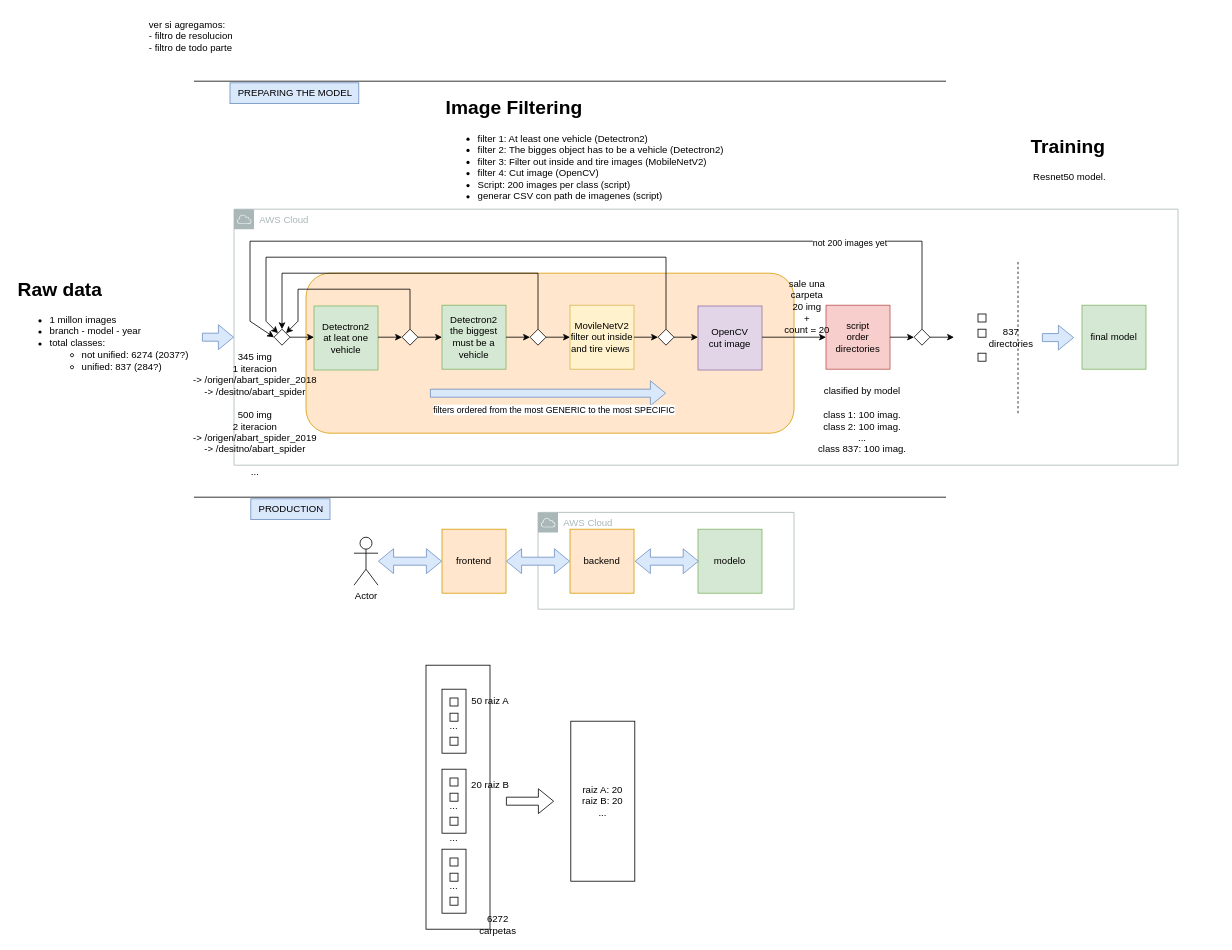
josueelias9/AI-resnet_retraining keeps this draw.io diagram as documentation/Diagrama sin título.drawio. Above is the earlier version. Source tidied: cells renumbered, new cells numbered last; positions are measured from the earlier drawing's top-left corner, leaving out a move shared by most shapes. Both pictures are drawn from the tidied source at 80%, with x=0, y=0 at pixel (14, 14).
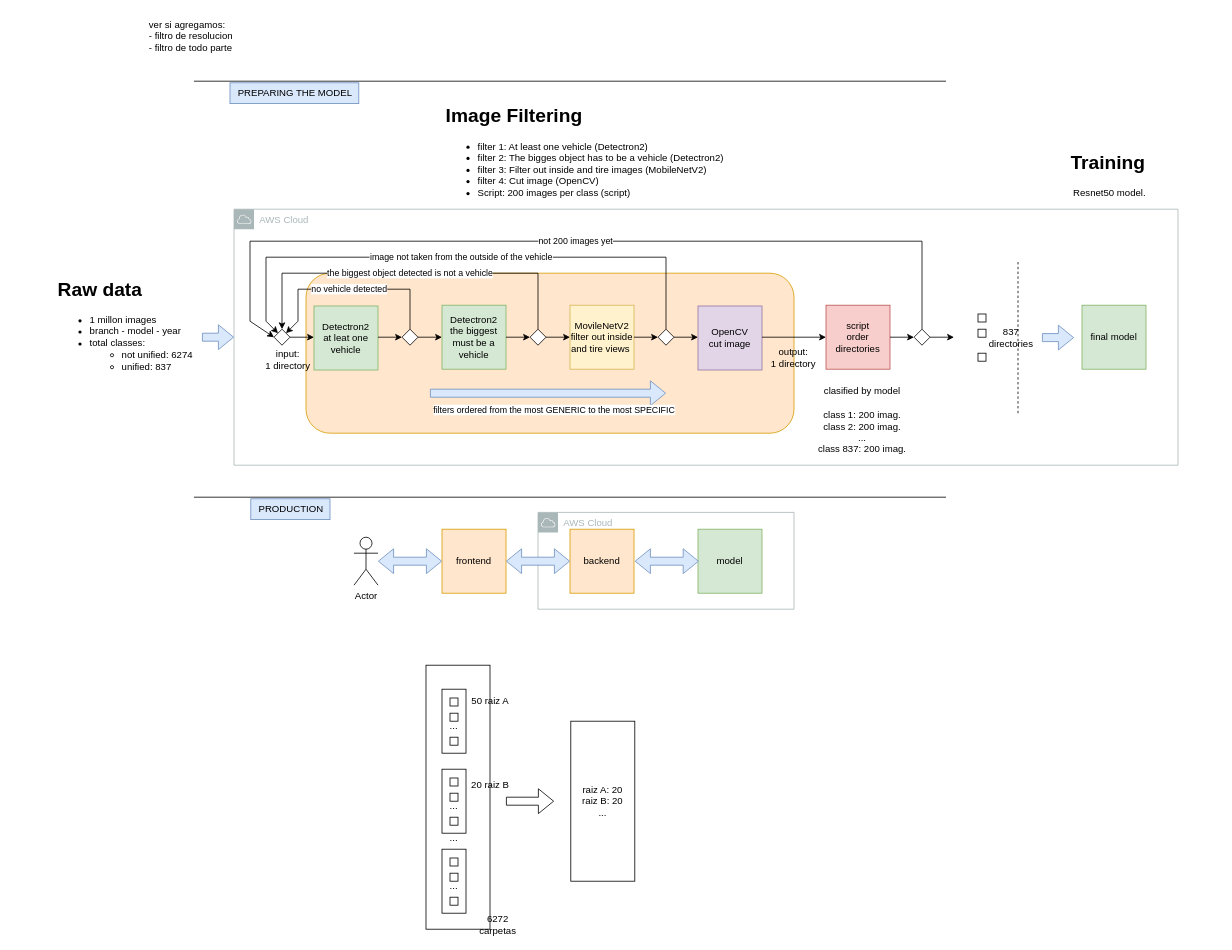
Above is the later version.

The change refers to these unchanged cells:
```xml
<mxCell id="36" style="rhombus;whiteSpace=wrap;html=1;" parent="1" vertex="1">
  <mxGeometry x="325" y="394" width="20" height="20" as="geometry" />
</mxCell>
<mxCell id="41" style="rhombus;whiteSpace=wrap;html=1;" parent="1" vertex="1">
  <mxGeometry x="805" y="394" width="20" height="20" as="geometry" />
</mxCell>
<mxCell id="45" style="rhombus;whiteSpace=wrap;html=1;" parent="1" vertex="1">
  <mxGeometry x="1125" y="394" width="20" height="20" as="geometry" />
</mxCell>
```

What changed in the source:
```diff
@@
-    <mxCell id="11" value="clasified by model&lt;br&gt;&lt;br&gt;class 1: 100 imag.&lt;br&gt;class 2: 100&amp;nbsp;imag.&lt;br&gt;...&lt;br&gt;class 837: 100&amp;nbsp;imag." style="text;html=1;align=center;verticalAlign=middle;strokeColor=none;fillColor=none;" parent="1" vertex="1">
+    <mxCell id="11" value="clasified by model&lt;br&gt;&lt;br&gt;class 1: 200 imag.&lt;br&gt;class 2: 200&amp;nbsp;imag.&lt;br&gt;...&lt;br&gt;class 837: 200&amp;nbsp;imag." style="text;html=1;align=center;verticalAlign=middle;strokeColor=none;fillColor=none;" parent="1" vertex="1">
       <mxGeometry x="996" y="459" width="128" height="98" as="geometry" />
     </mxCell>
@@
-    <mxCell id="23" value="modelo" style="whiteSpace=wrap;html=1;fillColor=#d5e8d4;strokeColor=#82b366;" parent="1" vertex="1">
+    <mxCell id="23" value="model" style="whiteSpace=wrap;html=1;fillColor=#d5e8d4;strokeColor=#82b366;" parent="1" vertex="1">
       <mxGeometry x="855" y="644" width="80" height="80" as="geometry" />
     </mxCell>
@@
-    <mxCell id="35" style="endArrow=classic;html=1;rounded=0;exitX=0.5;exitY=0;exitDx=0;exitDy=0;entryX=1;entryY=0;entryDx=0;entryDy=0;" parent="1" edge="1">
+    <mxCell id="35" value="no vehicle detected" style="endArrow=classic;html=1;rounded=0;exitX=0.5;exitY=0;exitDx=0;exitDy=0;entryX=1;entryY=0;entryDx=0;entryDy=0;" parent="1" edge="1">
       <mxGeometry relative="1" as="geometry">
         <mxPoint x="495" y="394" as="sourcePoint" />
         <mxPoint x="340" y="399" as="targetPoint" />
         <Array as="points">
           <mxPoint x="495" y="344" />
           <mxPoint x="355" y="344" />
           <mxPoint x="355" y="384" />
         </Array>
       </mxGeometry>
     </mxCell>
@@
-    <mxCell id="42" style="endArrow=classic;html=1;rounded=0;entryX=0;entryY=0;entryDx=0;entryDy=0;exitX=0.5;exitY=0;exitDx=0;exitDy=0;" parent="1" edge="1" source="41" target="36">
+    <mxCell id="42" value="image not taken from the outside of the vehicle" style="endArrow=classic;html=1;rounded=0;entryX=0;entryY=0;entryDx=0;entryDy=0;exitX=0.5;exitY=0;exitDx=0;exitDy=0;" parent="1" edge="1" source="41" target="36">
       <mxGeometry relative="1" as="geometry">
         <Array as="points">
           <mxPoint x="815" y="304" />
           <mxPoint x="315" y="304" />
           <mxPoint x="315" y="384" />
         </Array>
       </mxGeometry>
     </mxCell>
@@
-    <mxCell id="44" value="&lt;h1&gt;Raw data&lt;/h1&gt;&lt;ul&gt;&lt;li&gt;&lt;span style=&quot;&quot;&gt;1 millon images&lt;/span&gt;&lt;/li&gt;&lt;li&gt;&lt;span style=&quot;&quot;&gt;branch - model - year&lt;/span&gt;&lt;/li&gt;&lt;li&gt;&lt;span style=&quot;&quot;&gt;total classes:&lt;/span&gt;&lt;/li&gt;&lt;ul&gt;&lt;li&gt;&lt;span style=&quot;&quot;&gt;not unified: 6274 (2037?)&lt;/span&gt;&lt;/li&gt;&lt;li&gt;&lt;span style=&quot;&quot;&gt;unified: 837 (284?)&lt;/span&gt;&lt;/li&gt;&lt;/ul&gt;&lt;/ul&gt;&lt;p&gt;&lt;/p&gt;" style="text;html=1;strokeColor=none;fillColor=none;spacing=5;spacingTop=-20;whiteSpace=wrap;overflow=hidden;rounded=0;" parent="1" vertex="1">
-      <mxGeometry y="325" width="229" height="144" as="geometry" />
+    <mxCell id="44" value="&lt;h1&gt;Raw data&lt;/h1&gt;&lt;ul&gt;&lt;li&gt;&lt;span style=&quot;&quot;&gt;1 millon images&lt;/span&gt;&lt;/li&gt;&lt;li&gt;&lt;span style=&quot;&quot;&gt;branch - model - year&lt;/span&gt;&lt;/li&gt;&lt;li&gt;&lt;span style=&quot;&quot;&gt;total classes:&lt;/span&gt;&lt;/li&gt;&lt;ul&gt;&lt;li&gt;&lt;span style=&quot;&quot;&gt;not unified: 6274&lt;/span&gt;&lt;/li&gt;&lt;li&gt;&lt;span style=&quot;&quot;&gt;unified: 837&lt;/span&gt;&lt;/li&gt;&lt;/ul&gt;&lt;/ul&gt;&lt;p&gt;&lt;/p&gt;" style="text;html=1;strokeColor=none;fillColor=none;spacing=5;spacingTop=-20;whiteSpace=wrap;overflow=hidden;rounded=0;" parent="1" vertex="1">
+      <mxGeometry x="50" y="325" width="229" height="144" as="geometry" />
     </mxCell>
@@
-    <mxCell id="47" style="endArrow=classic;html=1;rounded=0;entryX=0;entryY=0.5;entryDx=0;entryDy=0;exitX=0.5;exitY=0;exitDx=0;exitDy=0;" parent="1" edge="1" source="45" target="36">
+    <mxCell id="47" value="not 200 images yet" style="endArrow=classic;html=1;rounded=0;entryX=0;entryY=0.5;entryDx=0;entryDy=0;exitX=0.5;exitY=0;exitDx=0;exitDy=0;" parent="1" edge="1" source="45" target="36">
       <mxGeometry relative="1" as="geometry">
         <Array as="points">
           <mxPoint x="1135" y="284" />
           <mxPoint x="295" y="284" />
           <mxPoint x="295" y="384" />
         </Array>
       </mxGeometry>
     </mxCell>
-    <mxCell id="48" value="not 200 images yet" style="edgeLabel;html=1;align=center;verticalAlign=middle;" parent="47" vertex="1">
-      <mxGeometry x="-0.63" y="1" relative="1" as="geometry" />
-    </mxCell>
@@
-    <mxCell id="50" value="&lt;h1&gt;Image Filtering&lt;/h1&gt;&lt;p&gt;&lt;/p&gt;&lt;ul&gt;&lt;li&gt;&lt;span style=&quot;background-color: initial;&quot;&gt;filter 1: At least one vehicle (Detectron2)&lt;/span&gt;&lt;/li&gt;&lt;li&gt;filter 2: The bigges object has to be a vehicle (Detectron2)&amp;nbsp;&lt;/li&gt;&lt;li&gt;&lt;span style=&quot;background-color: initial;&quot;&gt;filter 3: Filter out inside and tire images (MobileNetV2)&lt;/span&gt;&lt;/li&gt;&lt;li&gt;&lt;span style=&quot;background-color: initial;&quot;&gt;filter 4: Cut image (OpenCV)&lt;/span&gt;&lt;/li&gt;&lt;li&gt;&lt;span style=&quot;background-color: initial;&quot;&gt;Script: 200 images per class (script)&lt;/span&gt;&lt;/li&gt;&lt;li&gt;&lt;span style=&quot;background-color: initial;&quot;&gt;generar CSV con path de imagenes&amp;nbsp;&lt;/span&gt;(script)&lt;/li&gt;&lt;/ul&gt;" style="text;html=1;strokeColor=none;fillColor=none;spacing=5;spacingTop=-20;whiteSpace=wrap;overflow=hidden;rounded=0;" parent="1" vertex="1">
-      <mxGeometry x="535" y="98" width="387" height="136" as="geometry" />
+    <mxCell id="50" value="&lt;h1&gt;Image Filtering&lt;/h1&gt;&lt;p&gt;&lt;/p&gt;&lt;ul&gt;&lt;li&gt;&lt;span style=&quot;background-color: initial;&quot;&gt;filter 1: At least one vehicle (Detectron2)&lt;/span&gt;&lt;/li&gt;&lt;li&gt;filter 2: The bigges object has to be a vehicle (Detectron2)&amp;nbsp;&lt;/li&gt;&lt;li&gt;&lt;span style=&quot;background-color: initial;&quot;&gt;filter 3: Filter out inside and tire images (MobileNetV2)&lt;/span&gt;&lt;/li&gt;&lt;li&gt;&lt;span style=&quot;background-color: initial;&quot;&gt;filter 4: Cut image (OpenCV)&lt;/span&gt;&lt;/li&gt;&lt;li&gt;&lt;span style=&quot;background-color: initial;&quot;&gt;Script: 200 images per class (script)&lt;/span&gt;&lt;/li&gt;&lt;/ul&gt;" style="text;html=1;strokeColor=none;fillColor=none;spacing=5;spacingTop=-20;whiteSpace=wrap;overflow=hidden;rounded=0;" parent="1" vertex="1">
+      <mxGeometry x="535" y="108" width="387" height="136" as="geometry" />
     </mxCell>
@@
-    <mxCell id="55" style="endArrow=classic;html=1;rounded=0;entryX=0.5;entryY=0;entryDx=0;entryDy=0;" parent="1" edge="1" target="36">
+    <mxCell id="55" value="the biggest object detected is not a vehicle" style="endArrow=classic;html=1;rounded=0;entryX=0.5;entryY=0;entryDx=0;entryDy=0;" parent="1" edge="1" target="36">
       <mxGeometry relative="1" as="geometry">
         <mxPoint x="655" y="394" as="sourcePoint" />
         <Array as="points">
           <mxPoint x="655" y="324" />
           <mxPoint x="335" y="324" />
         </Array>
       </mxGeometry>
     </mxCell>
     <mxCell id="56" value="&lt;h1&gt;Training&lt;/h1&gt;&lt;p&gt;&amp;nbsp;Resnet50 model.&lt;/p&gt;" style="text;html=1;strokeColor=none;fillColor=none;spacing=5;spacingTop=-20;whiteSpace=wrap;overflow=hidden;rounded=0;" parent="1" vertex="1">
-      <mxGeometry x="1266" y="146" width="190" height="120" as="geometry" />
+      <mxGeometry x="1316" y="166" width="190" height="120" as="geometry" />
     </mxCell>
@@
-    <mxCell id="78" value="345 img&lt;br&gt;1 iteracion&lt;br&gt;-&amp;gt; /origen/abart_spider_2018&lt;br&gt;-&amp;gt; /desitno/abart_spider&lt;br&gt;&lt;br&gt;500 img&lt;br&gt;2 iteracion&lt;br&gt;-&amp;gt; /origen/abart_spider_2019&lt;br&gt;-&amp;gt; /desitno/abart_spider&lt;br&gt;&lt;br&gt;..." style="text;html=1;align=center;verticalAlign=middle;strokeColor=none;fillColor=none;" parent="1" vertex="1">
-      <mxGeometry x="215" y="416" width="172" height="170" as="geometry" />
+    <mxCell id="78" value="input:&lt;br&gt;1 directory" style="text;html=1;align=center;verticalAlign=middle;strokeColor=none;fillColor=none;" parent="1" vertex="1">
+      <mxGeometry x="305" y="411" width="74" height="41" as="geometry" />
     </mxCell>
-    <mxCell id="79" value="sale una&lt;br&gt;carpeta&lt;br&gt;20 img&lt;br&gt;+&lt;br&gt;count = 20" style="text;html=1;align=center;verticalAlign=middle;strokeColor=none;fillColor=none;" parent="1" vertex="1">
-      <mxGeometry x="954" y="324" width="74" height="84" as="geometry" />
-    </mxCell>
+    <mxCell id="80" value="output:&lt;br&gt;1 directory" style="text;html=1;align=center;verticalAlign=middle;strokeColor=none;fillColor=none;" parent="1" vertex="1">
+      <mxGeometry x="937" y="409" width="74" height="41" as="geometry" />
+    </mxCell>
```
